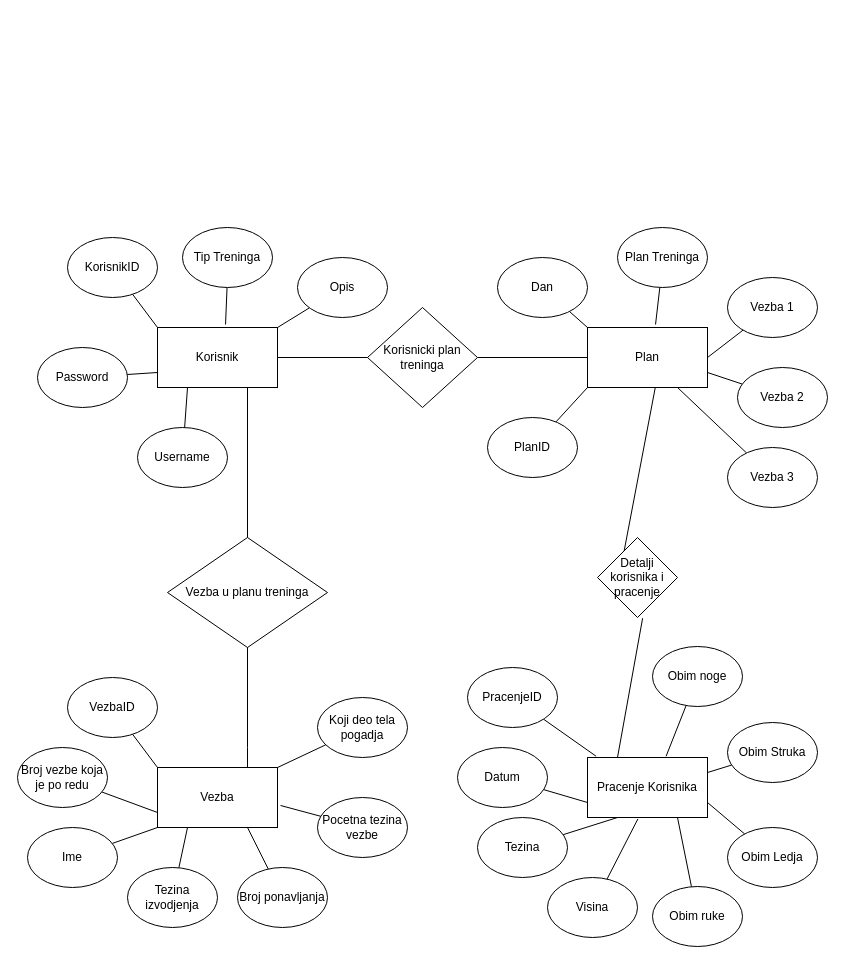
Above: Dijagram fitnes aplikacije.drawio in SyZyGz/IDEF0-Diagram (draw.io), before the change. Source tidied: cells renumbered, new cells numbered last; positions are measured from the earlier drawing's top-left corner, leaving out a move shared by most shapes. Both pictures are drawn from the tidied source at 100%, with x=0, y=0 at pixel (17, 227).
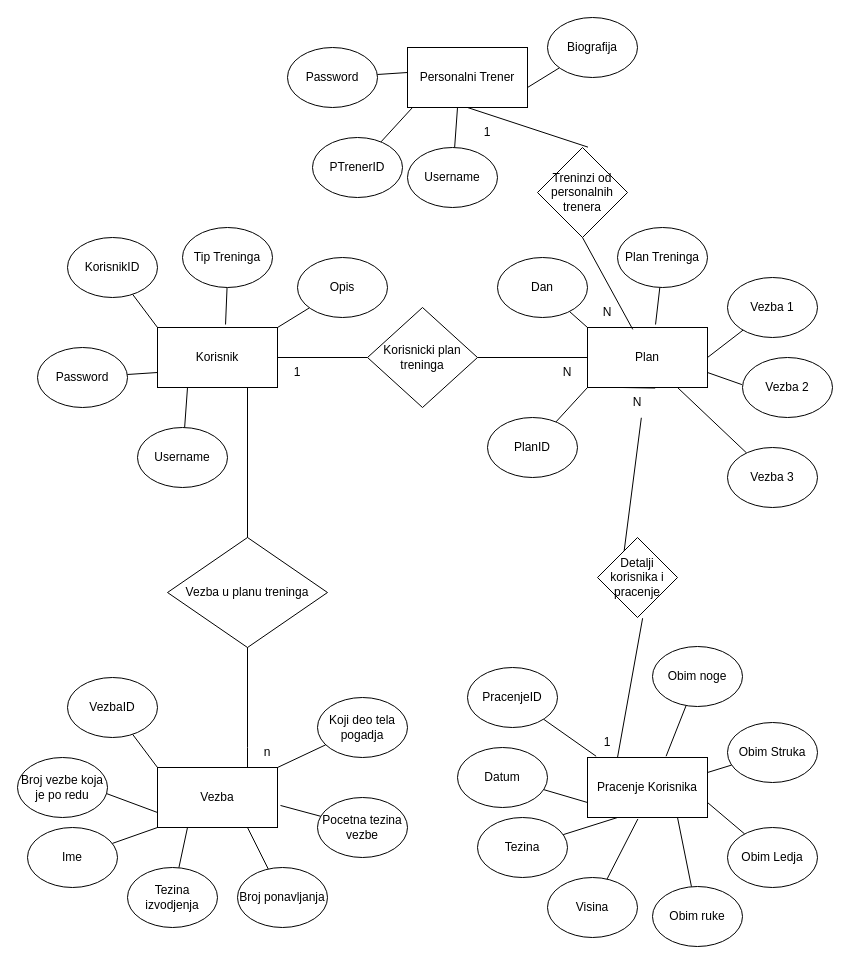
Above is the later version.

Unchanged cells that the change refers to:
```xml
<mxCell id="16" value="Plan" style="rounded=0;whiteSpace=wrap;html=1;" parent="1" vertex="1">
  <mxGeometry x="570" y="100" width="120" height="60" as="geometry" />
</mxCell>
<mxCell id="29" value="Vezba" style="rounded=0;whiteSpace=wrap;html=1;" parent="1" vertex="1">
  <mxGeometry x="140" y="540" width="120" height="60" as="geometry" />
</mxCell>
<mxCell id="59" value="Detalji korisnika i pracenje" style="rhombus;whiteSpace=wrap;html=1;" parent="1" vertex="1">
  <mxGeometry x="580" y="310" width="80" height="80" as="geometry" />
</mxCell>
```

The edit, as a diff of the source:
```diff
@@
-    <mxCell id="21" style="endArrow=none;html=1;rounded=0;exitX=1;exitY=0.75;exitDx=0;exitDy=0;" parent="1" edge="1" source="16" target="22">
-      <mxGeometry relative="1" as="geometry" />
+    <mxCell id="21" style="endArrow=none;html=1;rounded=0;exitX=1;exitY=0.75;exitDx=0;exitDy=0;" parent="1" edge="1" source="16">
+      <mxGeometry relative="1" as="geometry">
+        <mxPoint x="724.4" y="157.1" as="targetPoint" />
+      </mxGeometry>
     </mxCell>
     <mxCell id="22" value="Vezba 2" style="ellipse;whiteSpace=wrap;html=1;" parent="1" vertex="1">
-      <mxGeometry x="720" y="140" width="90" height="60" as="geometry" />
+      <mxGeometry x="725" y="130" width="90" height="60" as="geometry" />
     </mxCell>
@@
-    <mxCell id="35" style="endArrow=none;html=1;rounded=0;exitX=0;exitY=0.75;exitDx=0;exitDy=0;" parent="1" edge="1" source="29" target="36">
-      <mxGeometry relative="1" as="geometry" />
+    <mxCell id="35" style="endArrow=none;html=1;rounded=0;exitX=0;exitY=0.75;exitDx=0;exitDy=0;" parent="1" edge="1" source="29">
+      <mxGeometry relative="1" as="geometry">
+        <mxPoint x="84.5" y="564.4" as="targetPoint" />
+      </mxGeometry>
     </mxCell>
     <mxCell id="36" value="Broj vezbe koja je po redu" style="ellipse;whiteSpace=wrap;html=1;" parent="1" vertex="1">
-      <mxGeometry y="520" width="90" height="60" as="geometry" />
+      <mxGeometry y="530" width="90" height="60" as="geometry" />
     </mxCell>
@@
-    <mxCell id="40" style="endArrow=none;html=1;rounded=0;entryX=0.564;entryY=1.009;entryDx=0;entryDy=0;exitX=0.25;exitY=0;exitDx=0;exitDy=0;entryPerimeter=0;" parent="1" edge="1" source="59" target="16">
+    <mxCell id="40" style="endArrow=none;html=1;rounded=0;entryX=0.564;entryY=1.009;entryDx=0;entryDy=0;exitX=0.25;exitY=0;exitDx=0;exitDy=0;entryPerimeter=0;" parent="1" edge="1" source="84" target="16">
       <mxGeometry relative="1" as="geometry" />
     </mxCell>
@@
+    <mxCell id="66" value="Personalni Trener" style="rounded=0;whiteSpace=wrap;html=1;" parent="1" vertex="1">
+      <mxGeometry x="390" y="-180" width="120" height="60" as="geometry" />
+    </mxCell>
+    <mxCell id="67" value="Treninzi od personalnih trenera" style="rhombus;whiteSpace=wrap;html=1;" parent="1" vertex="1">
+      <mxGeometry x="520" y="-80" width="90" height="90" as="geometry" />
+    </mxCell>
+    <mxCell id="68" style="endArrow=none;html=1;rounded=0;entryX=0.5;entryY=1;entryDx=0;entryDy=0;exitX=0.377;exitY=0.031;exitDx=0;exitDy=0;exitPerimeter=0;" parent="1" edge="1" source="16" target="67">
+      <mxGeometry relative="1" as="geometry" />
+    </mxCell>
+    <mxCell id="69" style="endArrow=none;html=1;rounded=0;entryX=0.561;entryY=-0.004;entryDx=0;entryDy=0;entryPerimeter=0;exitX=0.5;exitY=1;exitDx=0;exitDy=0;" parent="1" edge="1" source="66" target="67">
+      <mxGeometry relative="1" as="geometry" />
+    </mxCell>
+    <mxCell id="70" style="endArrow=none;html=1;rounded=0;exitX=0;exitY=1;exitDx=0;exitDy=0;" parent="1" edge="1" target="71">
+      <mxGeometry relative="1" as="geometry">
+        <mxPoint x="395" y="-120" as="sourcePoint" />
+      </mxGeometry>
+    </mxCell>
+    <mxCell id="71" value="PTrenerID" style="ellipse;whiteSpace=wrap;html=1;" parent="1" vertex="1">
+      <mxGeometry x="295" y="-90" width="90" height="60" as="geometry" />
+    </mxCell>
+    <mxCell id="72" style="endArrow=none;html=1;rounded=0;exitX=0.25;exitY=1;exitDx=0;exitDy=0;" parent="1" edge="1" target="73">
+      <mxGeometry relative="1" as="geometry">
+        <mxPoint x="440" y="-120" as="sourcePoint" />
+      </mxGeometry>
+    </mxCell>
+    <mxCell id="73" value="Username" style="ellipse;whiteSpace=wrap;html=1;" parent="1" vertex="1">
+      <mxGeometry x="390" y="-80" width="90" height="60" as="geometry" />
+    </mxCell>
+    <mxCell id="74" style="endArrow=none;html=1;rounded=0;exitX=0;exitY=0.75;exitDx=0;exitDy=0;" parent="1" edge="1" target="75">
+      <mxGeometry relative="1" as="geometry">
+        <mxPoint x="390" y="-155" as="sourcePoint" />
+      </mxGeometry>
+    </mxCell>
+    <mxCell id="75" value="Password" style="ellipse;whiteSpace=wrap;html=1;" parent="1" vertex="1">
+      <mxGeometry x="270" y="-180" width="90" height="60" as="geometry" />
+    </mxCell>
+    <mxCell id="76" style="endArrow=none;html=1;rounded=0;" parent="1" edge="1" target="77">
+      <mxGeometry relative="1" as="geometry">
+        <mxPoint x="510" y="-140" as="sourcePoint" />
+      </mxGeometry>
+    </mxCell>
+    <mxCell id="77" value="Biografija" style="ellipse;whiteSpace=wrap;html=1;" parent="1" vertex="1">
+      <mxGeometry x="530" y="-210" width="90" height="60" as="geometry" />
+    </mxCell>
+    <mxCell id="78" value="1" style="text;html=1;strokeColor=none;fillColor=none;align=center;verticalAlign=middle;whiteSpace=wrap;rounded=0;" parent="1" vertex="1">
+      <mxGeometry x="250" y="130" width="60" height="30" as="geometry" />
+    </mxCell>
+    <mxCell id="79" value="n" style="text;html=1;strokeColor=none;fillColor=none;align=center;verticalAlign=middle;whiteSpace=wrap;rounded=0;" parent="1" vertex="1">
+      <mxGeometry x="220" y="510" width="60" height="30" as="geometry" />
+    </mxCell>
+    <mxCell id="80" value="N" style="text;html=1;strokeColor=none;fillColor=none;align=center;verticalAlign=middle;whiteSpace=wrap;rounded=0;" parent="1" vertex="1">
+      <mxGeometry x="520" y="130" width="60" height="30" as="geometry" />
+    </mxCell>
+    <mxCell id="81" value="1" style="text;html=1;strokeColor=none;fillColor=none;align=center;verticalAlign=middle;whiteSpace=wrap;rounded=0;" parent="1" vertex="1">
+      <mxGeometry x="440" y="-110" width="60" height="30" as="geometry" />
+    </mxCell>
+    <mxCell id="82" value="N" style="text;html=1;strokeColor=none;fillColor=none;align=center;verticalAlign=middle;whiteSpace=wrap;rounded=0;" parent="1" vertex="1">
+      <mxGeometry x="560" y="70" width="60" height="30" as="geometry" />
+    </mxCell>
+    <mxCell id="83" style="endArrow=none;html=1;rounded=0;entryX=0.564;entryY=1.009;entryDx=0;entryDy=0;exitX=0.25;exitY=0;exitDx=0;exitDy=0;entryPerimeter=0;" parent="1" edge="1" source="59" target="84">
+      <mxGeometry relative="1" as="geometry" />
+    </mxCell>
+    <mxCell id="84" value="N" style="text;html=1;strokeColor=none;fillColor=none;align=center;verticalAlign=middle;whiteSpace=wrap;rounded=0;" parent="1" vertex="1">
+      <mxGeometry x="590" y="160" width="60" height="30" as="geometry" />
+    </mxCell>
+    <mxCell id="85" value="1" style="text;html=1;strokeColor=none;fillColor=none;align=center;verticalAlign=middle;whiteSpace=wrap;rounded=0;" parent="1" vertex="1">
+      <mxGeometry x="560" y="500" width="60" height="30" as="geometry" />
+    </mxCell>
```
